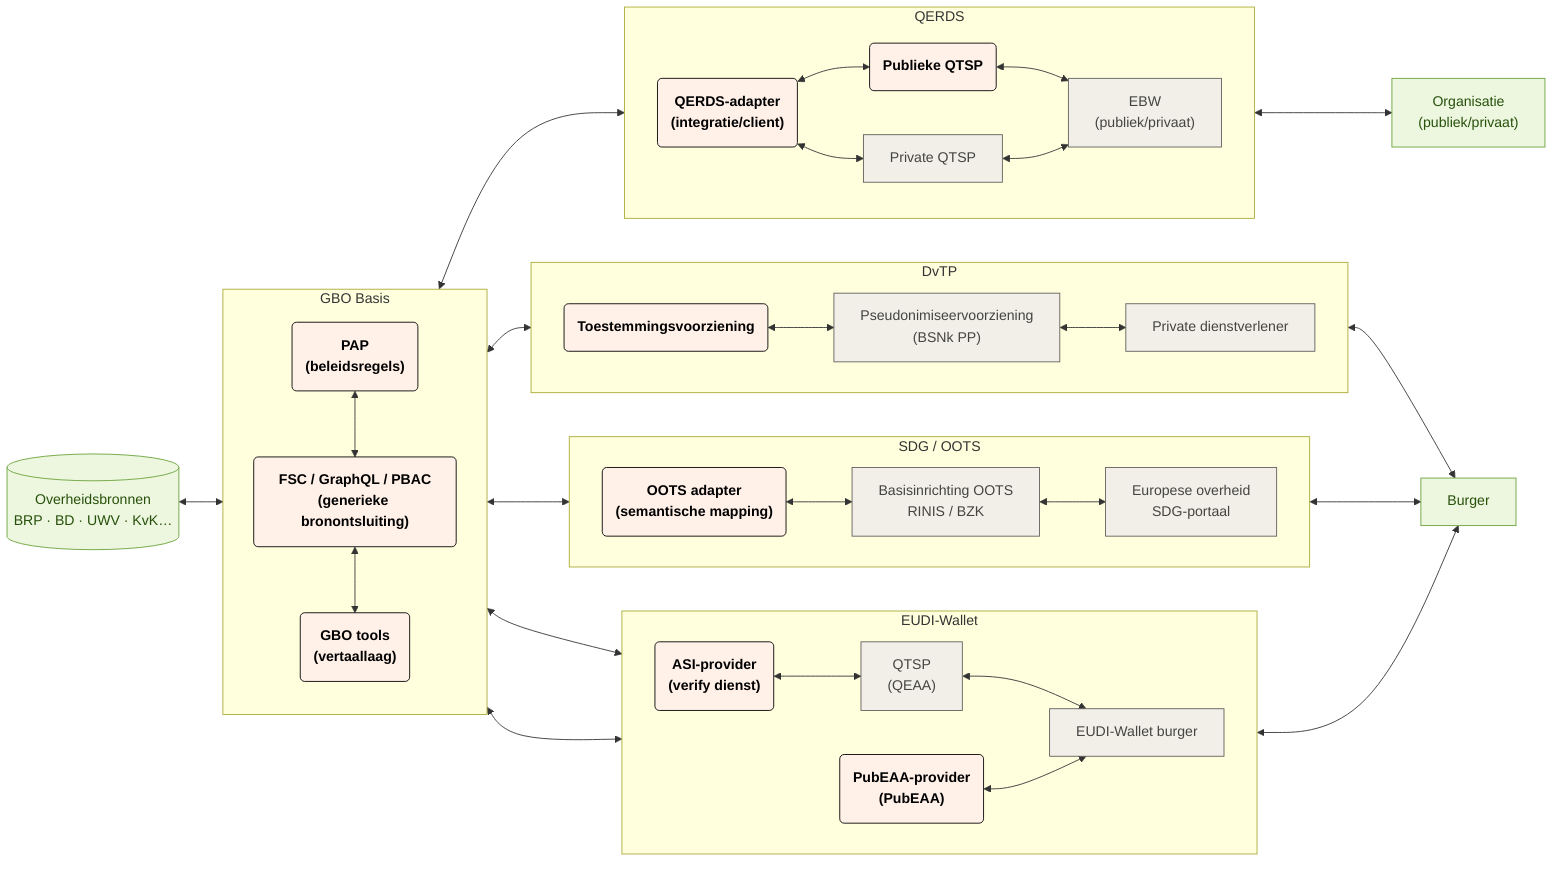
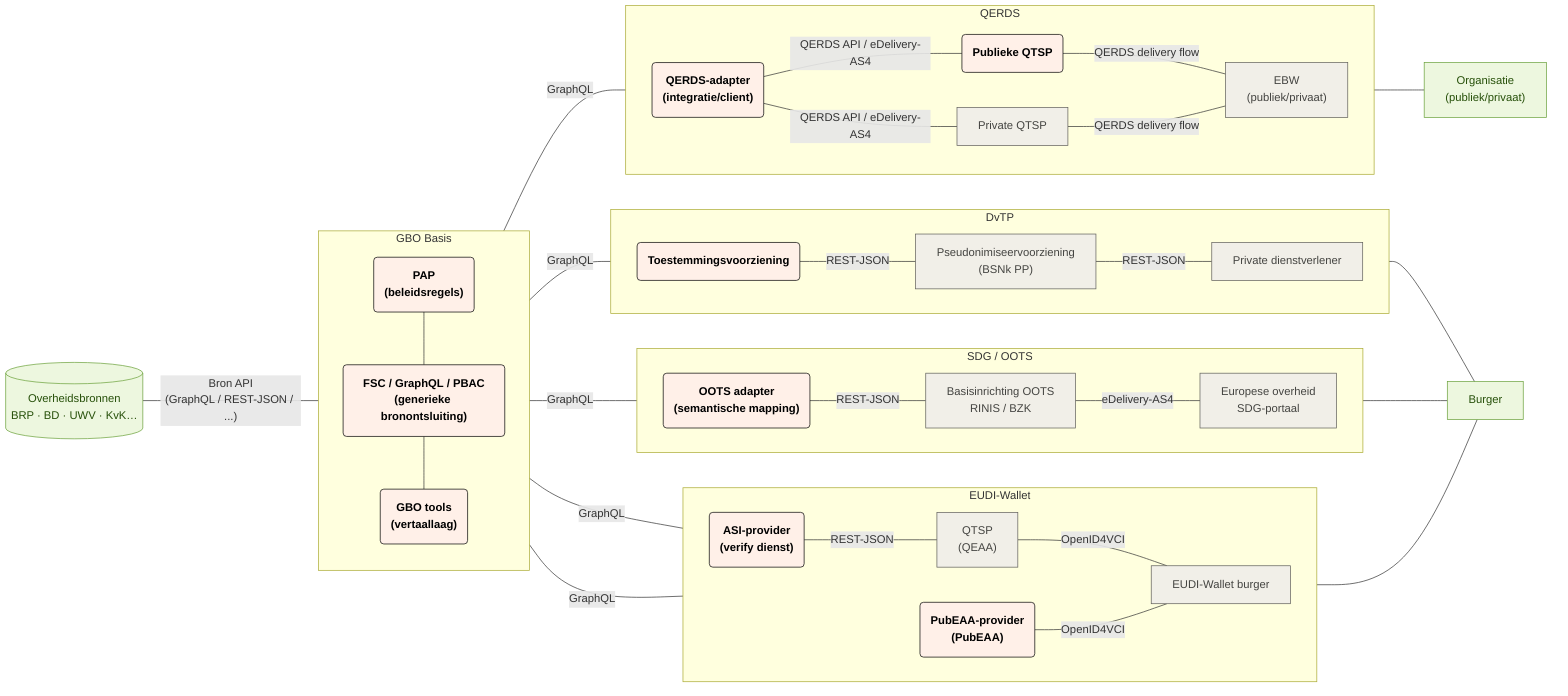
flowchart LR
  subgraph gbo["GBO Basis"]
    direction TB
        fsc_pap("`**PAP<br>(beleidsregels)**`")
        fsc("`**FSC / GraphQL / PBAC<br>(generieke bronontsluiting)**`")
        fsc_tools("`**GBO tools<br>(vertaallaag)**`")
  end
  subgraph eudi["EUDI-Wallet"]
    direction LR
        eudi_asi("`**ASI-provider<br>(verify dienst)**`")
        eudi_pubeaa("`**PubEAA-provider<br>(PubEAA)**`")
        eudi_qeaa["QTSP<br>(QEAA)"]
        eudi_wallet["EUDI-Wallet burger"]
  end
  subgraph oots["SDG / OOTS"]
    direction LR
        oots_adapter("`**OOTS adapter<br>(semantische mapping)**`")
        oots_basis["Basisinrichting OOTS<br>RINIS / BZK"]
        oots_afnemer["Europese overheid<br>SDG-portaal"]
  end
  subgraph dvtp["DvTP"]
    direction LR
        dvtp_toestemming("`**Toestemmingsvoorziening**`")
        dvtp_pseudoniem["Pseudonimiseervoorziening<br>(BSNk PP)"]
        dvtp_afnemer["Private dienstverlener"]
  end
  subgraph ebw["QERDS"]
     direction LR
        ebw_qerds_adapter("`**QERDS-adapter<br>(integratie/client)**`")
        ebw_pub_qtsp("`**Publieke QTSP**`")
        ebw_qtsp["Private QTSP"]
        ebw_wallet["EBW<br>(publiek/privaat)"]
  end

-   fsc_pap <--> fsc
-   fsc <--> fsc_tools
-   bron[("Overheidsbronnen<br>BRP · BD · UWV · KvK…")] <--> gbo
-   eudi_asi <--> eudi_qeaa
-   eudi_qeaa <--> eudi_wallet
-   gbo <--> eudi_asi & eudi_pubeaa & oots_adapter & dvtp_toestemming & ebw_qerds_adapter
-   eudi_pubeaa <--> eudi_wallet
-   oots_adapter <--> oots_basis
-   oots_basis <--> oots_afnemer
-   dvtp_toestemming <--> dvtp_pseudoniem
-   dvtp_pseudoniem <--> dvtp_afnemer
-   ebw_qerds_adapter <--> ebw_pub_qtsp <--> ebw_wallet
-   ebw_qerds_adapter <--> ebw_qtsp <--> ebw_wallet
-   ebw_wallet <--> organisatie["Organisatie<br>(publiek/privaat)"]
-   eudi_wallet <--> burger["Burger"]
-   oots_afnemer <--> burger
-   dvtp_afnemer <--> burger
+   fsc_pap --- fsc
+   fsc --- fsc_tools
+   bron[("Overheidsbronnen<br>BRP · BD · UWV · KvK…")] -- Bron API<br>(GraphQL / REST-JSON / ...) --- gbo
+   eudi_asi -- REST-JSON --- eudi_qeaa
+   eudi_qeaa -- OpenID4VCI --- eudi_wallet
+   gbo -- GraphQL --- eudi_asi & eudi_pubeaa & oots_adapter & dvtp_toestemming & ebw_qerds_adapter
+   eudi_pubeaa -- OpenID4VCI --- eudi_wallet
+   oots_adapter -- REST-JSON --- oots_basis
+   oots_basis -- eDelivery-AS4 --- oots_afnemer
+   dvtp_toestemming -- REST-JSON --- dvtp_pseudoniem
+   dvtp_pseudoniem -- REST-JSON --- dvtp_afnemer
+   ebw_qerds_adapter -- QERDS API / eDelivery-AS4 --- ebw_pub_qtsp -- QERDS delivery flow --- ebw_wallet
+   ebw_qerds_adapter -- QERDS API / eDelivery-AS4 --- ebw_qtsp -- QERDS delivery flow --- ebw_wallet
+   ebw_wallet --- organisatie["Organisatie<br>(publiek/privaat)"]
+   eudi_wallet --- burger["Burger"]
+   oots_afnemer --- burger
+   dvtp_afnemer --- burger

  fsc_pap:::gbo
  fsc:::gbo
  fsc_tools:::gbo
  ebw_qerds_adapter:::gbo
  ebw_pub_qtsp:::gbo
  ebw_qtsp:::eudi
  ebw_wallet:::eudi
  eudi_asi:::gbo
  eudi_pubeaa:::gbo
  eudi_qeaa:::eudi
  eudi_wallet:::eudi
  oots_adapter:::gbo
  oots_basis:::oots
  oots_afnemer:::oots
  dvtp_toestemming:::gbo
  dvtp_pseudoniem:::dvtp
  dvtp_afnemer:::dvtp
  bron:::bron
  burger:::burger
  organisatie:::burger

  classDef bron fill:#edf7df,stroke:#6aa13a,color:#27500a
  classDef generiek fill:#f1efe8,stroke:#5f5e5a,color:#444441
  classDef eudi fill:#f1efe8,stroke:#5f5e5a,color:#444441
  classDef oots fill:#f1efe8,stroke:#5f5e5a,color:#444441
  classDef dvtp fill:#f1efe8,stroke:#5f5e5a,color:#444441
  classDef gbo fill:#fff0e8,stroke:#000000,color:#000000
  classDef burger fill:#edf7df,stroke:#6aa13a,color:#27500a
